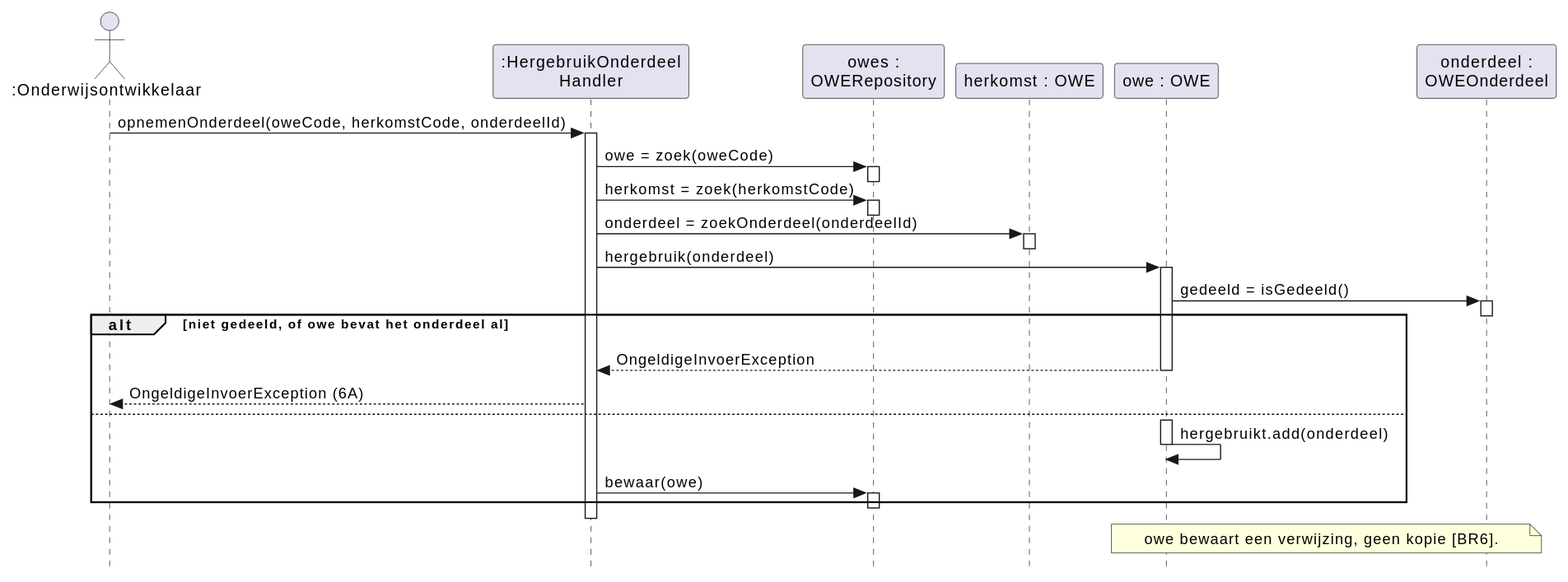
Above: docs/diagrams/sd-uc07-opnemenonderdeel.svg in HAN-Craftsmanship-KL-JJG/casus (PlantUML), before the change.
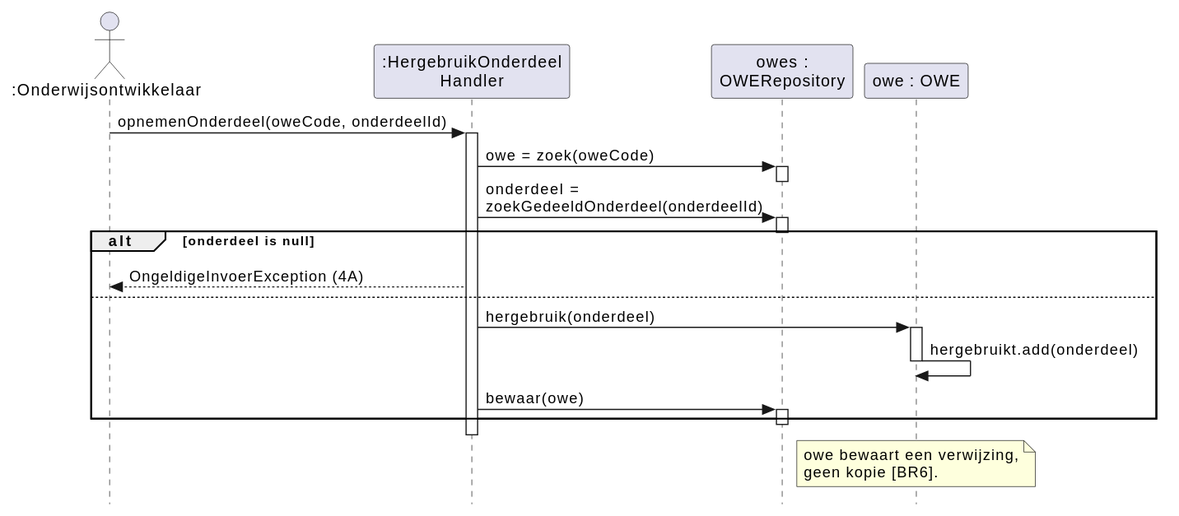
After the commit.

Change to the diagram source:
```diff
@@ -7,31 +7,20 @@
 actor ":Onderwijsontwikkelaar" as ontwikkelaar
 participant ":HergebruikOnderdeel\nHandler" as handler
 participant "owes :\nOWERepository" as owes
-participant "herkomst : OWE" as herkomst
 participant "owe : OWE" as owe
-participant "onderdeel :\nOWEOnderdeel" as onderdeel
 
-ontwikkelaar -> handler : opnemenOnderdeel(oweCode, herkomstCode, onderdeelId)
+ontwikkelaar -> handler : opnemenOnderdeel(oweCode, onderdeelId)
 activate handler
 handler -> owes : owe = zoek(oweCode)
 activate owes
 deactivate owes
-handler -> owes : herkomst = zoek(herkomstCode)
+handler -> owes : onderdeel =\nzoekGedeeldOnderdeel(onderdeelId)
 activate owes
 deactivate owes
-handler -> herkomst : onderdeel = zoekOnderdeel(onderdeelId)
-activate herkomst
-deactivate herkomst
-handler -> owe : hergebruik(onderdeel)
-activate owe
-owe -> onderdeel : gedeeld = isGedeeld()
-activate onderdeel
-deactivate onderdeel
-alt niet gedeeld, of owe bevat het onderdeel al
-  owe --> handler : OngeldigeInvoerException
-  deactivate owe
-  handler --> ontwikkelaar : OngeldigeInvoerException (6A)
+alt onderdeel is null
+  handler --> ontwikkelaar : OngeldigeInvoerException (4A)
 else
+  handler -> owe : hergebruik(onderdeel)
   activate owe
   owe -> owe : hergebruikt.add(onderdeel)
   deactivate owe
@@ -40,7 +29,8 @@
   deactivate owes
 end
 deactivate handler
-note over owe, onderdeel
-  owe bewaart een verwijzing, geen kopie [BR6].
+note over owe
+  owe bewaart een verwijzing,
+  geen kopie [BR6].
 end note
 @enduml
```
